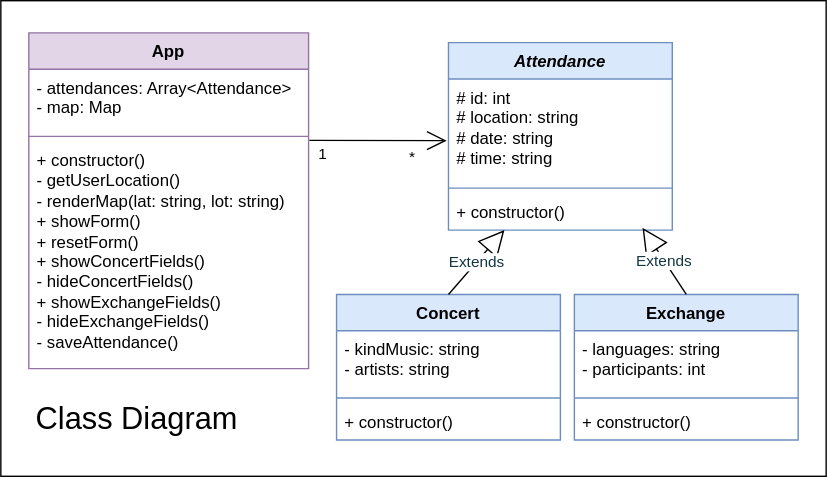
Earlier version of the draw.io export class-diagram.drawio.svg (josenavarrohub/vanilla-js-eventify). Source tidied: cells renumbered, new cells last; positions are measured from the earlier drawing's top-left corner, leaving out a move shared by most shapes.
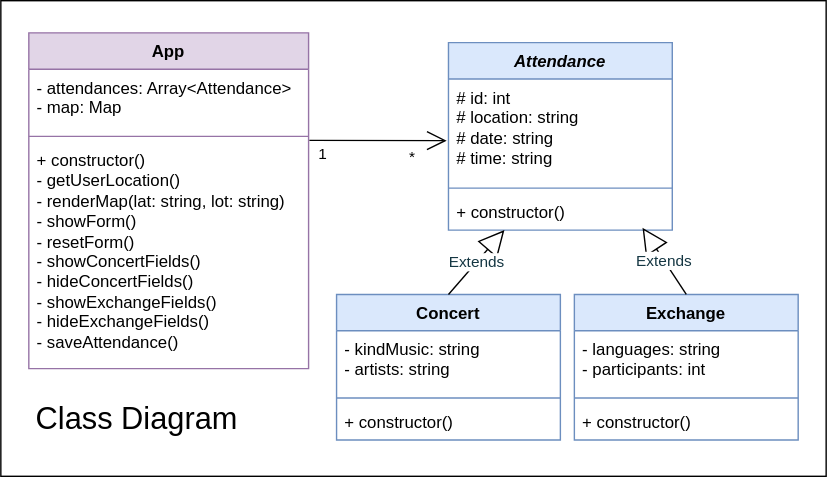
After the change.

Change to the diagram source:
```diff
@@ -59,7 +59,7 @@
     <mxCell id="20" style="line;strokeWidth=1;fillColor=none;align=left;verticalAlign=middle;spacingTop=-1;spacingLeft=3;spacingRight=3;labelPosition=right;strokeColor=inherit;" parent="18" vertex="1">
       <mxGeometry y="70" width="200" height="8" as="geometry" />
     </mxCell>
-    <mxCell id="21" value="+ constructor()&lt;br&gt;- getUserLocation()&lt;br&gt;- renderMap(lat: string, lot: string)&lt;br&gt;+ showForm()&lt;br&gt;+ resetForm()&lt;br&gt;+ showConcertFields()&lt;br&gt;- hideConcertFields()&lt;br&gt;+ showExchangeFields()&lt;br&gt;- hideExchangeFields()&lt;br&gt;- saveAttendance()" style="text;strokeColor=none;fillColor=none;align=left;verticalAlign=top;spacingLeft=4;spacingRight=4;overflow=hidden;points=[[0,0.5],[1,0.5]];portConstraint=eastwest;whiteSpace=wrap;html=1;" parent="18" vertex="1">
+    <mxCell id="21" value="+ constructor()&lt;br&gt;- getUserLocation()&lt;br&gt;- renderMap(lat: string, lot: string)&lt;br&gt;- showForm()&lt;br&gt;- resetForm()&lt;br&gt;- showConcertFields()&lt;br&gt;- hideConcertFields()&lt;br&gt;- showExchangeFields()&lt;br&gt;- hideExchangeFields()&lt;br&gt;- saveAttendance()" style="text;strokeColor=none;fillColor=none;align=left;verticalAlign=top;spacingLeft=4;spacingRight=4;overflow=hidden;points=[[0,0.5],[1,0.5]];portConstraint=eastwest;whiteSpace=wrap;html=1;" parent="18" vertex="1">
       <mxGeometry y="78" width="200" height="162" as="geometry" />
     </mxCell>
     <mxCell id="22" style="endArrow=open;endFill=1;endSize=12;html=1;rounded=0;exitX=1.003;exitY=-0.007;exitDx=0;exitDy=0;exitPerimeter=0;entryX=-0.008;entryY=0.595;entryDx=0;entryDy=0;entryPerimeter=0;" parent="1" edge="1" source="21" target="5">
```
